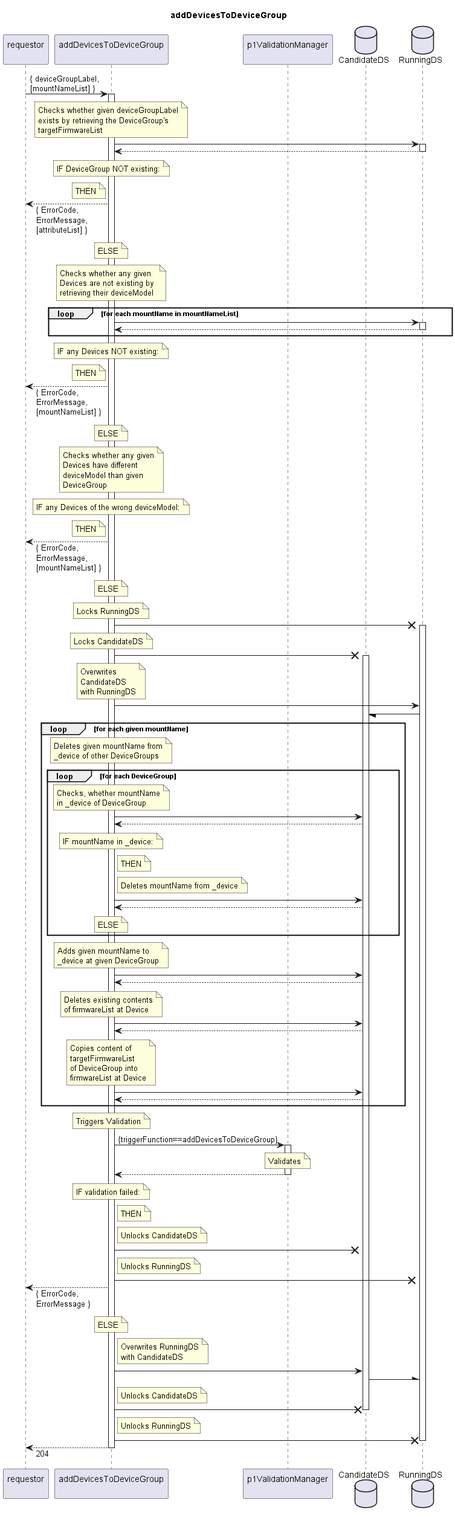
Earlier version of the PlantUML export spec/Services/addDevicesToDeviceGroup/1.0.0/addDevicesToDeviceGroup.png (openBackhaul/FirmWareManager).
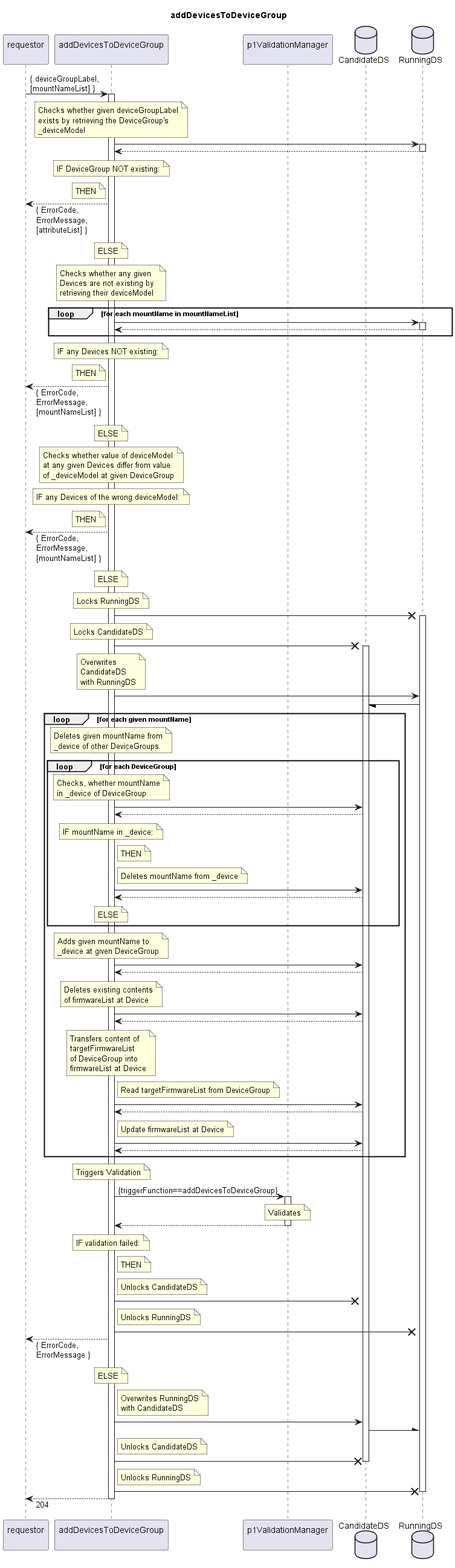
Later version of the same file.

What changed in the source:
```diff
@@ -17,7 +17,7 @@
   note over indServ
     Checks whether given deviceGroupLabel
     exists by retrieving the DeviceGroup's
-    targetFirmwareList
+    _deviceModel
   end note
   indServ -> RunDS
   activate RunDS
@@ -57,10 +57,9 @@
   end note
 
   note over indServ
-    Checks whether any given
-    Devices have different
-    deviceModel than given
-    DeviceGroup
+    Checks whether value of deviceModel
+    at any given Devices differ from value
+    of _deviceModel at given DeviceGroup
   end note
   note over indServ
     IF any Devices of the wrong deviceModel:
@@ -134,10 +133,18 @@
     indServ <-- CanDS
 
     note over indServ
-      Copies content of
+      Transfers content of
       targetFirmwareList
       of DeviceGroup into
       firmwareList at Device
+    end note
+    note right indServ
+      Read targetFirmwareList from DeviceGroup
+    end note
+    indServ -> CanDS
+    indServ <-- CanDS
+    note right indServ
+      Update firmwareList at Device
     end note
     indServ -> CanDS
     indServ <-- CanDS
```
